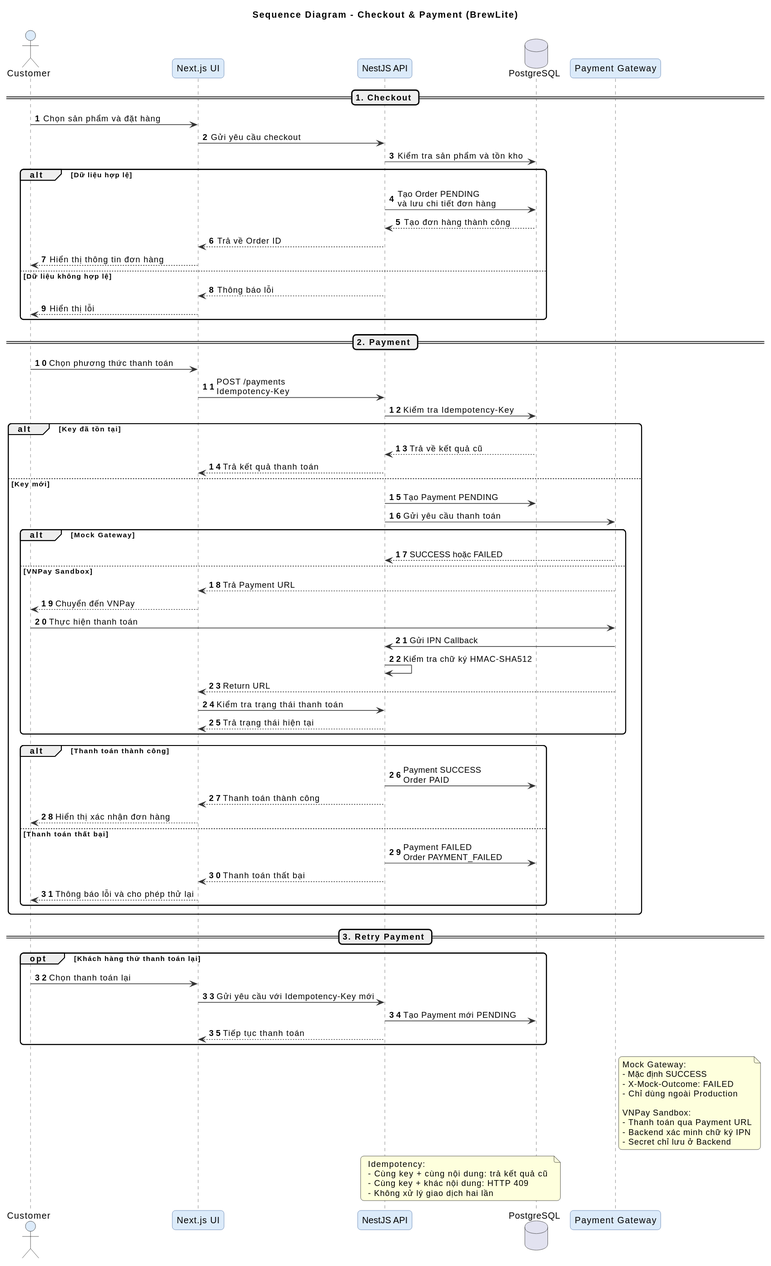
ChienPM-27/BrewLite_assignment2 keeps this PlantUML diagram as docs/diagrams/sequence-checkout.svg. Above is the earlier version. Source of this version:
```plantuml
@startuml
title Sequence Diagram - Checkout & Payment (BrewLite)

skinparam backgroundColor white
skinparam shadowing false
skinparam sequence {
    ActorBackgroundColor #DCEBFA
    ParticipantBackgroundColor #DCEBFA
    LifeLineBorderColor #555555
    LifeLineBackgroundColor white
    ArrowColor #333333
    ParticipantBorderColor #4A6FA5
}
skinparam roundcorner 10
autonumber

actor Customer as C
participant "Next.js UI" as UI
participant "NestJS API" as API
database "PostgreSQL" as DB
participant "Payment Gateway" as GW

== 1. Checkout ==

C -> UI : Chọn sản phẩm và đặt hàng
UI -> API : Gửi yêu cầu checkout
API -> DB : Kiểm tra sản phẩm và tồn kho

alt Dữ liệu hợp lệ
    API -> DB : Tạo Order PENDING\nvà lưu chi tiết đơn hàng
    DB --> API : Tạo đơn hàng thành công
    API --> UI : Trả về Order ID
    UI --> C : Hiển thị thông tin đơn hàng
else Dữ liệu không hợp lệ
    API --> UI : Thông báo lỗi
    UI --> C : Hiển thị lỗi
end

== 2. Payment ==

C -> UI : Chọn phương thức thanh toán
UI -> API : POST /payments\nIdempotency-Key

API -> DB : Kiểm tra Idempotency-Key

alt Key đã tồn tại
    DB --> API : Trả về kết quả cũ
    API --> UI : Trả kết quả thanh toán
else Key mới
    API -> DB : Tạo Payment PENDING
    API -> GW : Gửi yêu cầu thanh toán

    alt Mock Gateway
        GW --> API : SUCCESS hoặc FAILED
    else VNPay Sandbox
        GW --> UI : Trả Payment URL
        UI --> C : Chuyển đến VNPay
        C -> GW : Thực hiện thanh toán
        GW -> API : Gửi IPN Callback
        API -> API : Kiểm tra chữ ký HMAC-SHA512
        GW --> UI : Return URL
        UI -> API : Kiểm tra trạng thái thanh toán
        API --> UI : Trả trạng thái hiện tại
    end

    alt Thanh toán thành công
        API -> DB : Payment SUCCESS\nOrder PAID
        API --> UI : Thanh toán thành công
        UI --> C : Hiển thị xác nhận đơn hàng
    else Thanh toán thất bại
        API -> DB : Payment FAILED\nOrder PAYMENT_FAILED
        API --> UI : Thanh toán thất bại
        UI --> C : Thông báo lỗi và cho phép thử lại
    end
end

== 3. Retry Payment ==

opt Khách hàng thử thanh toán lại
    C -> UI : Chọn thanh toán lại
    UI -> API : Gửi yêu cầu với Idempotency-Key mới
    API -> DB : Tạo Payment mới PENDING
    API --> UI : Tiếp tục thanh toán
end

note right of GW
    Mock Gateway:
    - Mặc định SUCCESS
    - X-Mock-Outcome: FAILED
    - Chỉ dùng ngoài Production

    VNPay Sandbox:
    - Thanh toán qua Payment URL
    - Backend xác minh chữ ký IPN
    - Secret chỉ lưu ở Backend
end note

note over API, DB
    Idempotency:
    - Cùng key + cùng nội dung: trả kết quả cũ
    - Cùng key + khác nội dung: HTTP 409
    - Không xử lý giao dịch hai lần
end note
@enduml
```
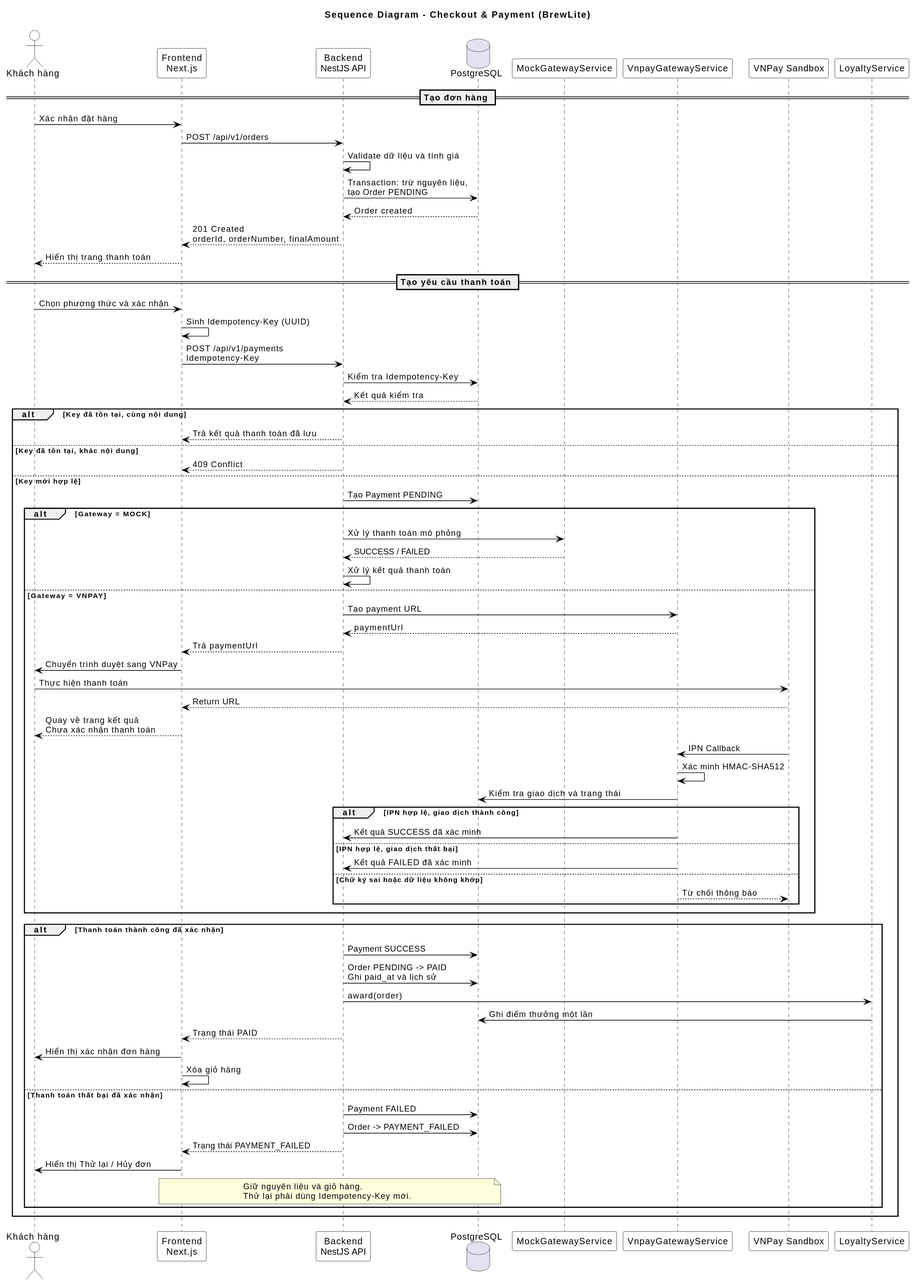
After the change.

Commit message:
docs(payment): update test and deployment-production payment

Change to the diagram source:
```diff
@@ -1,104 +1,96 @@
 @startuml
 title Sequence Diagram - Checkout & Payment (BrewLite)
 
-skinparam backgroundColor white
 skinparam shadowing false
+skinparam defaultFontName Arial
 skinparam sequence {
-    ActorBackgroundColor #DCEBFA
-    ParticipantBackgroundColor #DCEBFA
-    LifeLineBorderColor #555555
-    LifeLineBackgroundColor white
-    ArrowColor #333333
-    ParticipantBorderColor #4A6FA5
+    ArrowColor black
+    LifeLineBorderColor black
+    ParticipantBorderColor black
+    ParticipantBackgroundColor white
+    ActorBorderColor black
+    ActorBackgroundColor white
 }
-skinparam roundcorner 10
-autonumber
 
-actor Customer as C
-participant "Next.js UI" as UI
-participant "NestJS API" as API
+actor "Khách hàng" as Customer
+participant "Frontend\nNext.js" as FE
+participant "Backend\nNestJS API" as BE
 database "PostgreSQL" as DB
-participant "Payment Gateway" as GW
+participant "MockGatewayService" as Mock
+participant "VnpayGatewayService" as Vnpay
+participant "VNPay Sandbox" as VNPay
+participant "LoyaltyService" as Loyalty
 
-== 1. Checkout ==
+== Tạo đơn hàng ==
 
-C -> UI : Chọn sản phẩm và đặt hàng
-UI -> API : Gửi yêu cầu checkout
-API -> DB : Kiểm tra sản phẩm và tồn kho
+Customer -> FE: Xác nhận đặt hàng
+FE -> BE: POST /api/v1/orders
+BE -> BE: Validate dữ liệu và tính giá
+BE -> DB: Transaction: trừ nguyên liệu,\ntạo Order PENDING
+DB --> BE: Order created
+BE --> FE: 201 Created\norderId, orderNumber, finalAmount
+FE --> Customer: Hiển thị trang thanh toán
 
-alt Dữ liệu hợp lệ
-    API -> DB : Tạo Order PENDING\nvà lưu chi tiết đơn hàng
-    DB --> API : Tạo đơn hàng thành công
-    API --> UI : Trả về Order ID
-    UI --> C : Hiển thị thông tin đơn hàng
-else Dữ liệu không hợp lệ
-    API --> UI : Thông báo lỗi
-    UI --> C : Hiển thị lỗi
-end
+== Tạo yêu cầu thanh toán ==
 
-== 2. Payment ==
+Customer -> FE: Chọn phương thức và xác nhận
+FE -> FE: Sinh Idempotency-Key (UUID)
+FE -> BE: POST /api/v1/payments\nIdempotency-Key
 
-C -> UI : Chọn phương thức thanh toán
-UI -> API : POST /payments\nIdempotency-Key
+BE -> DB: Kiểm tra Idempotency-Key
+DB --> BE: Kết quả kiểm tra
 
-API -> DB : Kiểm tra Idempotency-Key
+alt Key đã tồn tại, cùng nội dung
+    BE --> FE: Trả kết quả thanh toán đã lưu
+else Key đã tồn tại, khác nội dung
+    BE --> FE: 409 Conflict
+else Key mới hợp lệ
+    BE -> DB: Tạo Payment PENDING
 
-alt Key đã tồn tại
-    DB --> API : Trả về kết quả cũ
-    API --> UI : Trả kết quả thanh toán
-else Key mới
-    API -> DB : Tạo Payment PENDING
-    API -> GW : Gửi yêu cầu thanh toán
+    alt Gateway = MOCK
+        BE -> Mock: Xử lý thanh toán mô phỏng
+        Mock --> BE: SUCCESS / FAILED
+        BE -> BE: Xử lý kết quả thanh toán
+    else Gateway = VNPAY
+        BE -> Vnpay: Tạo payment URL
+        Vnpay --> BE: paymentUrl
+        BE --> FE: Trả paymentUrl
+        FE -> Customer: Chuyển trình duyệt sang VNPay
+        Customer -> VNPay: Thực hiện thanh toán
 
-    alt Mock Gateway
-        GW --> API : SUCCESS hoặc FAILED
-    else VNPay Sandbox
-        GW --> UI : Trả Payment URL
-        UI --> C : Chuyển đến VNPay
-        C -> GW : Thực hiện thanh toán
-        GW -> API : Gửi IPN Callback
-        API -> API : Kiểm tra chữ ký HMAC-SHA512
-        GW --> UI : Return URL
-        UI -> API : Kiểm tra trạng thái thanh toán
-        API --> UI : Trả trạng thái hiện tại
+        VNPay --> FE: Return URL
+        FE --> Customer: Quay về trang kết quả\nChưa xác nhận thanh toán
+
+        VNPay -> Vnpay: IPN Callback
+        Vnpay -> Vnpay: Xác minh HMAC-SHA512
+        Vnpay -> DB: Kiểm tra giao dịch và trạng thái
+
+        alt IPN hợp lệ, giao dịch thành công
+            Vnpay -> BE: Kết quả SUCCESS đã xác minh
+        else IPN hợp lệ, giao dịch thất bại
+            Vnpay -> BE: Kết quả FAILED đã xác minh
+        else Chữ ký sai hoặc dữ liệu không khớp
+            Vnpay --> VNPay: Từ chối thông báo
+        end
     end
 
-    alt Thanh toán thành công
-        API -> DB : Payment SUCCESS\nOrder PAID
-        API --> UI : Thanh toán thành công
-        UI --> C : Hiển thị xác nhận đơn hàng
-    else Thanh toán thất bại
-        API -> DB : Payment FAILED\nOrder PAYMENT_FAILED
-        API --> UI : Thanh toán thất bại
-        UI --> C : Thông báo lỗi và cho phép thử lại
+    alt Thanh toán thành công đã xác nhận
+        BE -> DB: Payment SUCCESS
+        BE -> DB: Order PENDING -> PAID\nGhi paid_at và lịch sử
+        BE -> Loyalty: award(order)
+        Loyalty -> DB: Ghi điểm thưởng một lần
+        BE --> FE: Trạng thái PAID
+        FE -> Customer: Hiển thị xác nhận đơn hàng
+        FE -> FE: Xóa giỏ hàng
+    else Thanh toán thất bại đã xác nhận
+        BE -> DB: Payment FAILED
+        BE -> DB: Order -> PAYMENT_FAILED
+        BE --> FE: Trạng thái PAYMENT_FAILED
+        FE -> Customer: Hiển thị Thử lại / Hủy đơn
+        note over FE,DB
+            Giữ nguyên liệu và giỏ hàng.
+            Thử lại phải dùng Idempotency-Key mới.
+        end note
     end
 end
-
-== 3. Retry Payment ==
-
-opt Khách hàng thử thanh toán lại
-    C -> UI : Chọn thanh toán lại
-    UI -> API : Gửi yêu cầu với Idempotency-Key mới
-    API -> DB : Tạo Payment mới PENDING
-    API --> UI : Tiếp tục thanh toán
-end
-
-note right of GW
-    Mock Gateway:
-    - Mặc định SUCCESS
-    - X-Mock-Outcome: FAILED
-    - Chỉ dùng ngoài Production
-
-    VNPay Sandbox:
-    - Thanh toán qua Payment URL
-    - Backend xác minh chữ ký IPN
-    - Secret chỉ lưu ở Backend
-end note
-
-note over API, DB
-    Idempotency:
-    - Cùng key + cùng nội dung: trả kết quả cũ
-    - Cùng key + khác nội dung: HTTP 409
-    - Không xử lý giao dịch hai lần
-end note
 @enduml
```
